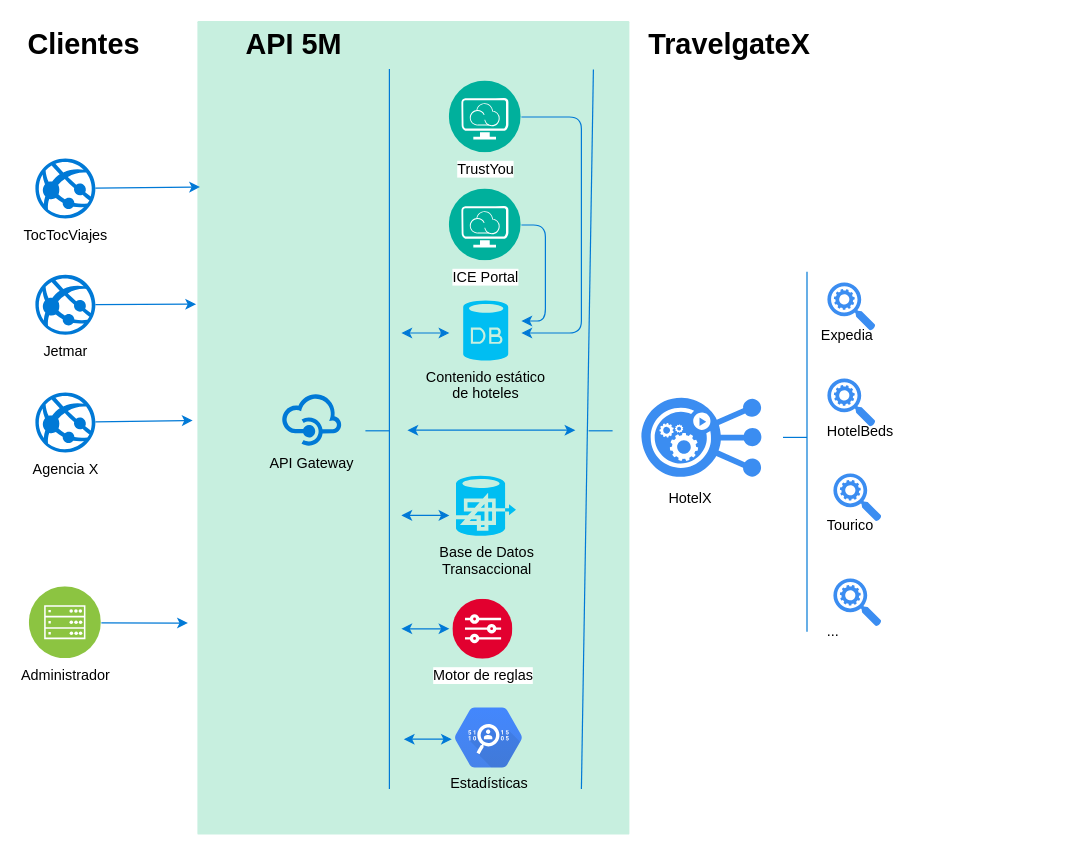
nan3co/crypto-twitter-bot keeps this draw.io diagram as page "Page-1" (1 of 2) of Untitled Diagram.drawio. Above is the earlier version. Source tidied: cells renumbered, new cells numbered last; positions are measured from the earlier drawing's top-left corner, leaving out a move shared by most shapes. Both pictures are drawn from the tidied source at 120%, with x=0, y=0 at pixel (23, 20).
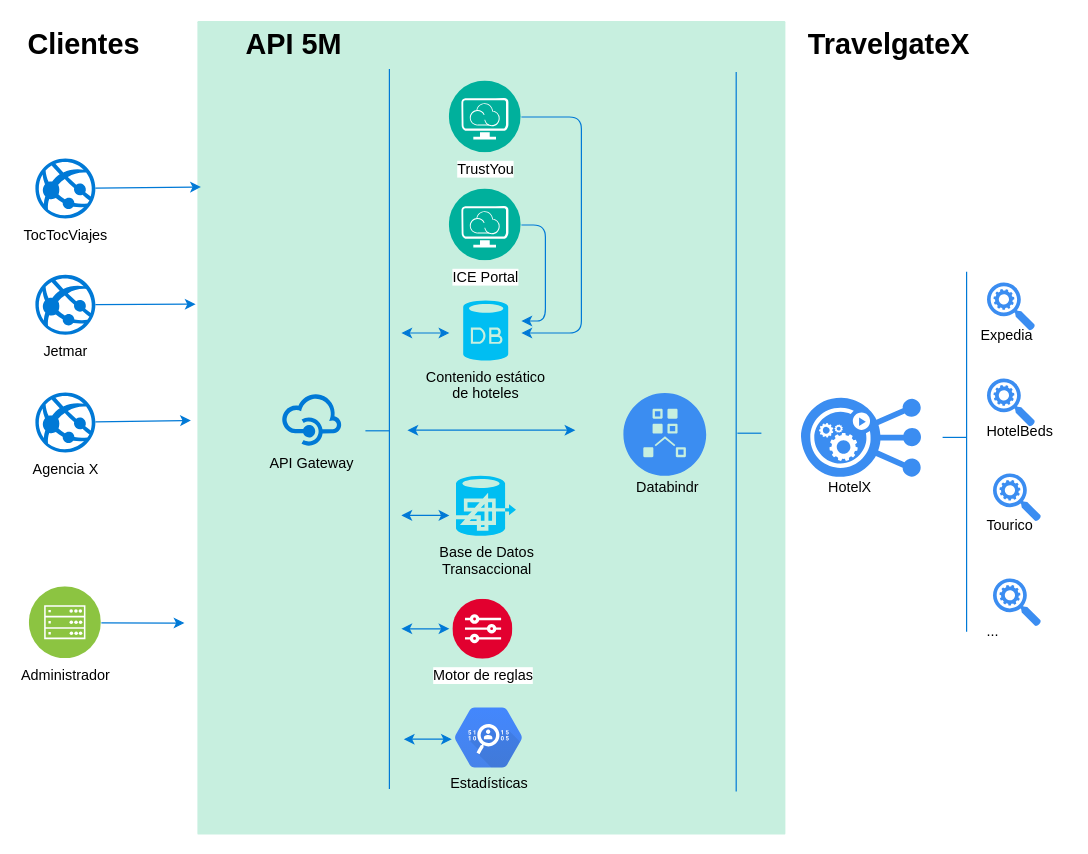
The same diagram, later.

Diff of the diagram source:
```diff
@@
     <mxCell id="2" style="points=[[0,0,0],[0.25,0,0],[0.5,0,0],[0.75,0,0],[1,0,0],[1,0.25,0],[1,0.5,0],[1,0.75,0],[1,1,0],[0.75,1,0],[0.5,1,0],[0.25,1,0],[0,1,0],[0,0.75,0],[0,0.5,0],[0,0.25,0]];rounded=1;absoluteArcSize=1;arcSize=2;html=1;strokeColor=none;gradientColor=none;shadow=0;dashed=0;fontSize=12;fontColor=#9E9E9E;align=left;verticalAlign=top;spacing=10;spacingTop=-4;fillColor=#C7EFDF;" parent="1" vertex="1">
-      <mxGeometry x="145" width="360" height="678" as="geometry" />
+      <mxGeometry x="145" width="490" height="678" as="geometry" />
     </mxCell>
@@
     <mxCell id="26" style="html=1;strokeColor=none;shadow=0;align=center;verticalAlign=top;fillColor=#3B8DF1;shape=mxgraph.gcp2.replication_controller_3;" parent="1" vertex="1">
-      <mxGeometry x="515" y="314" width="100" height="66" as="geometry" />
+      <mxGeometry x="648" y="314" width="100" height="66" as="geometry" />
     </mxCell>
     <mxCell id="27" style="endArrow=none;html=1;strokeColor=#0079D6;" parent="1" edge="1">
       <mxGeometry relative="1" as="geometry">
-        <mxPoint x="465" y="640" as="sourcePoint" />
-        <mxPoint x="475" y="40.5" as="targetPoint" />
+        <mxPoint x="594" y="642" as="sourcePoint" />
+        <mxPoint x="594" y="42.5" as="targetPoint" />
       </mxGeometry>
     </mxCell>
     <mxCell id="28" style="endArrow=none;html=1;strokeColor=#0079D6;" parent="1" edge="1">
       <mxGeometry relative="1" as="geometry">
-        <mxPoint x="471" y="341.5" as="sourcePoint" />
-        <mxPoint x="491" y="341.5" as="targetPoint" />
+        <mxPoint x="595" y="343.5" as="sourcePoint" />
+        <mxPoint x="615" y="343.5" as="targetPoint" />
       </mxGeometry>
     </mxCell>
     <mxCell id="29" value="TravelgateX" style="text;strokeColor=none;fillColor=none;html=1;fontSize=24;fontStyle=1;verticalAlign=middle;align=center;" parent="1" vertex="1">
-      <mxGeometry x="538" width="100" height="40" as="geometry" />
+      <mxGeometry x="671" width="100" height="40" as="geometry" />
     </mxCell>
     <mxCell id="30" style="html=1;strokeColor=none;shadow=0;align=center;verticalAlign=top;fillColor=#3B8DF1;shape=mxgraph.gcp2.search_api;" parent="1" vertex="1">
-      <mxGeometry x="670" y="218" width="40" height="40" as="geometry" />
+      <mxGeometry x="803" y="218" width="40" height="40" as="geometry" />
     </mxCell>
     <mxCell id="31" value="Expedia" style="text;html=1;align=left;verticalAlign=top;spacingTop=-4;" parent="1" vertex="1">
-      <mxGeometry x="663" y="252" width="60" height="20" as="geometry" />
+      <mxGeometry x="796" y="252" width="60" height="20" as="geometry" />
     </mxCell>
     <mxCell id="32" style="html=1;strokeColor=none;shadow=0;align=center;verticalAlign=top;fillColor=#3B8DF1;shape=mxgraph.gcp2.search_api;" parent="1" vertex="1">
-      <mxGeometry x="670" y="298" width="40" height="40" as="geometry" />
+      <mxGeometry x="803" y="298" width="40" height="40" as="geometry" />
     </mxCell>
     <mxCell id="33" value="HotelBeds&lt;br&gt;" style="text;html=1;align=left;verticalAlign=top;spacingTop=-4;" parent="1" vertex="1">
-      <mxGeometry x="668" y="332" width="70" height="20" as="geometry" />
+      <mxGeometry x="801" y="332" width="70" height="20" as="geometry" />
     </mxCell>
     <mxCell id="34" style="html=1;strokeColor=none;shadow=0;align=center;verticalAlign=top;fillColor=#3B8DF1;shape=mxgraph.gcp2.search_api;" parent="1" vertex="1">
-      <mxGeometry x="675" y="377" width="40" height="40" as="geometry" />
+      <mxGeometry x="808" y="377" width="40" height="40" as="geometry" />
     </mxCell>
     <mxCell id="35" value="Tourico" style="text;html=1;align=left;verticalAlign=top;spacingTop=-4;" parent="1" vertex="1">
-      <mxGeometry x="668" y="411" width="50" height="20" as="geometry" />
+      <mxGeometry x="801" y="411" width="50" height="20" as="geometry" />
     </mxCell>
     <mxCell id="36" style="html=1;strokeColor=none;shadow=0;align=center;verticalAlign=top;fillColor=#3B8DF1;shape=mxgraph.gcp2.search_api;" parent="1" vertex="1">
-      <mxGeometry x="675" y="464.5" width="40" height="40" as="geometry" />
+      <mxGeometry x="808" y="464.5" width="40" height="40" as="geometry" />
     </mxCell>
     <mxCell id="37" value="..." style="text;html=1;align=left;verticalAlign=top;spacingTop=-4;" parent="1" vertex="1">
-      <mxGeometry x="668" y="498.5" width="30" height="20" as="geometry" />
+      <mxGeometry x="801" y="498.5" width="30" height="20" as="geometry" />
     </mxCell>
     <mxCell id="38" style="endArrow=none;html=1;strokeColor=#0079D6;" parent="1" edge="1">
       <mxGeometry relative="1" as="geometry">
-        <mxPoint x="653" y="509" as="sourcePoint" />
-        <mxPoint x="653" y="209" as="targetPoint" />
+        <mxPoint x="786" y="509" as="sourcePoint" />
+        <mxPoint x="786" y="209" as="targetPoint" />
       </mxGeometry>
     </mxCell>
     <mxCell id="39" style="endArrow=none;html=1;strokeColor=#0079D6;" parent="1" edge="1">
       <mxGeometry relative="1" as="geometry">
-        <mxPoint x="633" y="347" as="sourcePoint" />
-        <mxPoint x="653" y="347" as="targetPoint" />
+        <mxPoint x="766" y="347" as="sourcePoint" />
+        <mxPoint x="786" y="347" as="targetPoint" />
       </mxGeometry>
     </mxCell>
@@
     <mxCell id="43" value="HotelX" style="text;html=1;align=left;verticalAlign=top;spacingTop=-4;" parent="1" vertex="1">
-      <mxGeometry x="536" y="388" width="50" height="20" as="geometry" />
+      <mxGeometry x="669" y="379" width="50" height="20" as="geometry" />
     </mxCell>
+    <mxCell id="44" style="html=1;strokeColor=none;shadow=0;align=center;verticalAlign=top;fillColor=#3B8DF1;shape=mxgraph.gcp2.admin_connected;" parent="1" vertex="1">
+      <mxGeometry x="500" y="310" width="69" height="69" as="geometry" />
+    </mxCell>
+    <mxCell id="45" value="Databindr" style="text;html=1;align=left;verticalAlign=top;spacingTop=-4;" parent="1" vertex="1">
+      <mxGeometry x="509" y="379" width="70" height="20" as="geometry" />
+    </mxCell>
```
